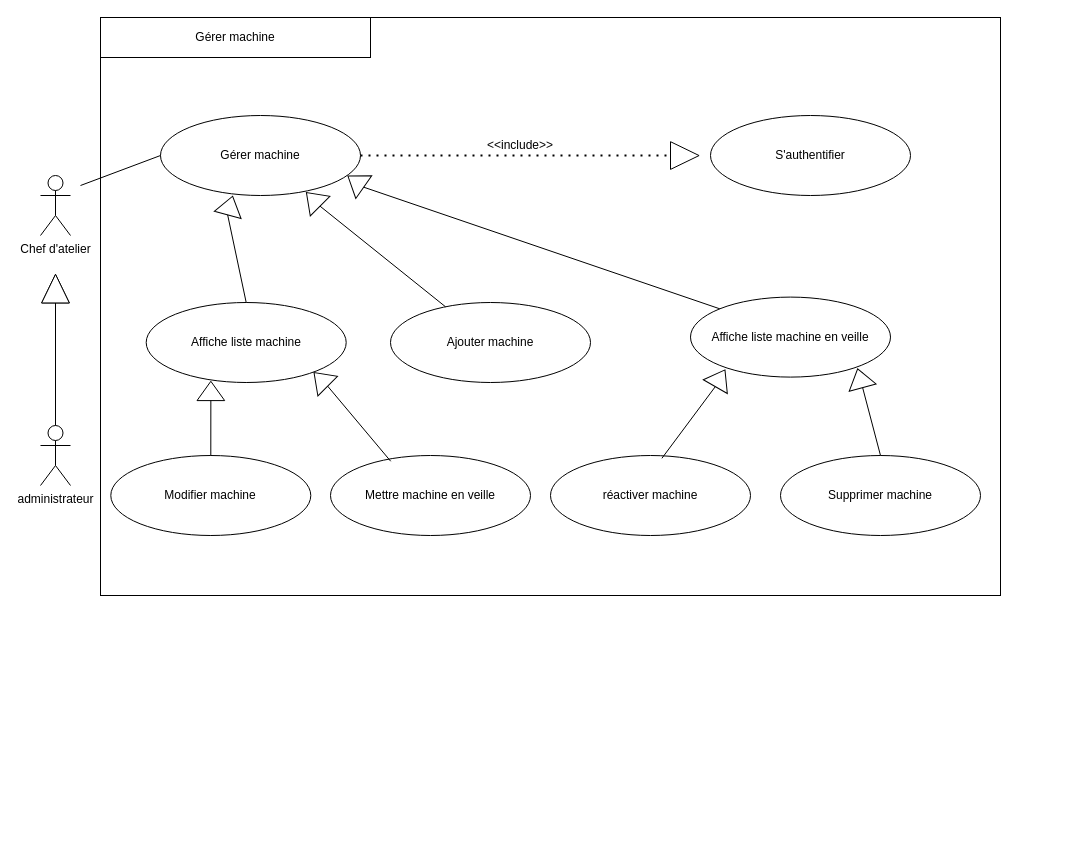
Above: GererMachine.drawio in AbdelazizBs/GPAO-SpringApp (draw.io), before the change. Source tidied: cells renumbered, new cells numbered last; positions are measured from the earlier drawing's top-left corner, leaving out a move shared by most shapes. Both pictures are drawn from the tidied source at 100%, with x=0, y=0 at pixel (40, 17).
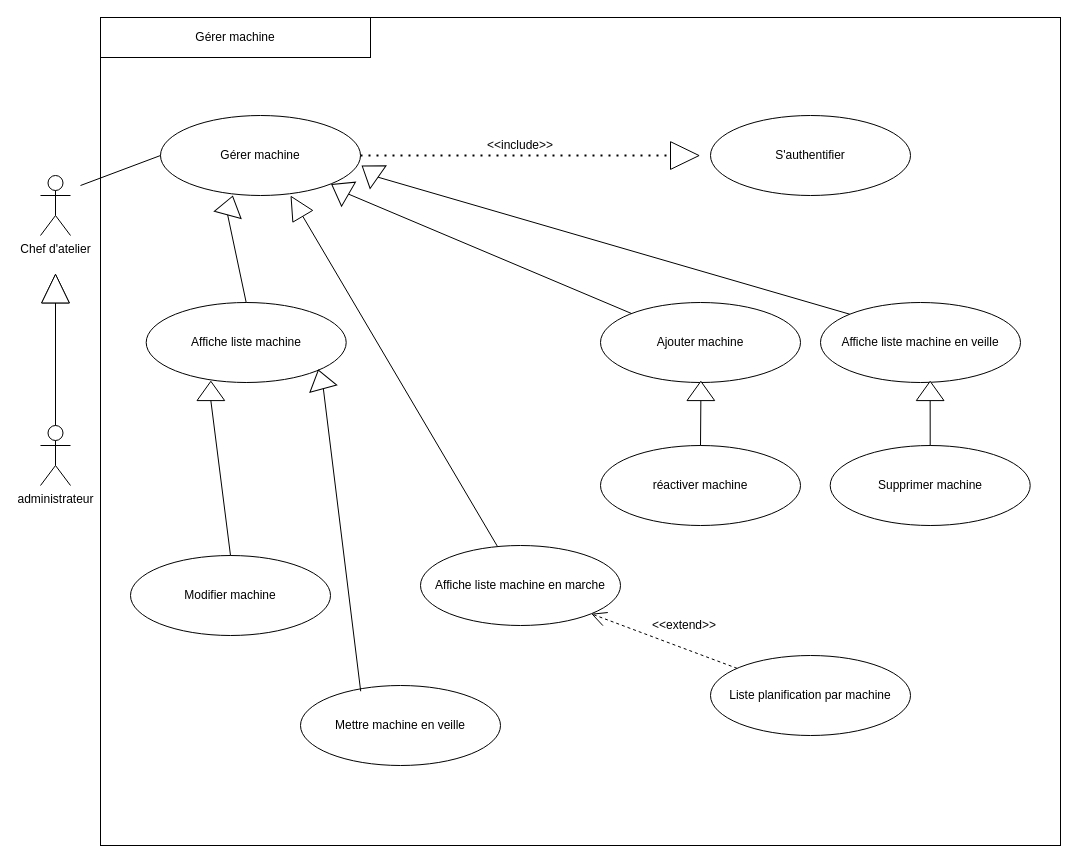
The same page after the edit.

Commit message:
Mettre à jour GererMachine.drawio

Diff of the diagram source:
```diff
@@
     <mxCell id="2" style="rounded=0;whiteSpace=wrap;html=1;" parent="1" vertex="1">
-      <mxGeometry x="60" width="900" height="578" as="geometry" />
+      <mxGeometry x="60" width="960" height="828" as="geometry" />
     </mxCell>
@@
     <mxCell id="8" value="Ajouter machine" style="ellipse;whiteSpace=wrap;html=1;" parent="1" vertex="1">
-      <mxGeometry x="350" y="285" width="200" height="80" as="geometry" />
+      <mxGeometry x="560" y="285" width="200" height="80" as="geometry" />
     </mxCell>
@@
     <mxCell id="14" style="triangle;whiteSpace=wrap;html=1;rotation=-145;" parent="1" vertex="1">
-      <mxGeometry x="305.7" y="150.3" width="19.3" height="27.7" as="geometry" />
+      <mxGeometry x="320" y="140.3" width="19.3" height="27.7" as="geometry" />
     </mxCell>
@@
     <mxCell id="17" value="Mettre machine en veille" style="ellipse;whiteSpace=wrap;html=1;" parent="1" vertex="1">
-      <mxGeometry x="290" y="438" width="200" height="80" as="geometry" />
+      <mxGeometry x="260" y="668" width="200" height="80" as="geometry" />
     </mxCell>
     <mxCell id="18" value="Modifier machine" style="ellipse;whiteSpace=wrap;html=1;" parent="1" vertex="1">
-      <mxGeometry x="70.3" y="438" width="200" height="80" as="geometry" />
+      <mxGeometry x="90" y="538" width="200" height="80" as="geometry" />
     </mxCell>
@@
-    <mxCell id="22" style="triangle;whiteSpace=wrap;html=1;rotation=-135;" parent="1" vertex="1">
+    <mxCell id="22" style="triangle;whiteSpace=wrap;html=1;rotation=-105;" parent="1" vertex="1">
       <mxGeometry x="270.7" y="348" width="19.3" height="27.7" as="geometry" />
     </mxCell>
@@
     <mxCell id="27" value="Affiche liste machine en veille" style="ellipse;whiteSpace=wrap;html=1;" parent="1" vertex="1">
-      <mxGeometry x="650" y="279.6" width="200" height="80" as="geometry" />
+      <mxGeometry x="780" y="285" width="200" height="80" as="geometry" />
     </mxCell>
     <mxCell id="28" value="réactiver machine" style="ellipse;whiteSpace=wrap;html=1;" parent="1" vertex="1">
-      <mxGeometry x="510" y="438" width="200" height="80" as="geometry" />
+      <mxGeometry x="560" y="428" width="200" height="80" as="geometry" />
     </mxCell>
@@
-    <mxCell id="30" style="triangle;whiteSpace=wrap;html=1;rotation=-135;" parent="1" vertex="1">
-      <mxGeometry x="263.1" y="168" width="19.3" height="27.7" as="geometry" />
+    <mxCell id="30" style="triangle;whiteSpace=wrap;html=1;rotation=-150;" parent="1" vertex="1">
+      <mxGeometry x="290" y="158" width="19.3" height="27.7" as="geometry" />
     </mxCell>
     <mxCell id="31" value="Supprimer machine" style="ellipse;whiteSpace=wrap;html=1;" parent="1" vertex="1">
-      <mxGeometry x="740" y="438" width="200" height="80" as="geometry" />
+      <mxGeometry x="789.7" y="428" width="200" height="80" as="geometry" />
     </mxCell>
-    <mxCell id="32" style="endArrow=none;html=1;rounded=0;exitX=0;exitY=0.5;exitDx=0;exitDy=0;entryX=0.557;entryY=0.035;entryDx=0;entryDy=0;entryPerimeter=0;" parent="1" edge="1" source="33" target="28">
+    <mxCell id="32" style="endArrow=none;html=1;rounded=0;exitX=0;exitY=0.5;exitDx=0;exitDy=0;entryX=0.5;entryY=0;entryDx=0;entryDy=0;" parent="1" edge="1" source="33" target="28">
       <mxGeometry relative="1" as="geometry" />
     </mxCell>
-    <mxCell id="33" style="triangle;whiteSpace=wrap;html=1;rotation=-60;" parent="1" vertex="1">
-      <mxGeometry x="670" y="346.9" width="19.3" height="27.7" as="geometry" />
+    <mxCell id="33" style="triangle;whiteSpace=wrap;html=1;rotation=-90;" parent="1" vertex="1">
+      <mxGeometry x="650.7" y="359.6" width="19.3" height="27.7" as="geometry" />
     </mxCell>
@@
-    <mxCell id="35" style="endArrow=none;html=1;rounded=0;entryX=0.5;entryY=0;entryDx=0;entryDy=0;" parent="1" edge="1" target="36">
-      <mxGeometry relative="1" as="geometry">
-        <mxPoint x="822" y="355" as="sourcePoint" />
-      </mxGeometry>
-    </mxCell>
-    <mxCell id="36" style="triangle;whiteSpace=wrap;html=1;rotation=-105;" parent="1" vertex="1">
-      <mxGeometry x="810" y="346.9" width="19.3" height="27.7" as="geometry" />
+    <mxCell id="36" style="triangle;whiteSpace=wrap;html=1;rotation=-90;" parent="1" vertex="1">
+      <mxGeometry x="880" y="359.6" width="19.3" height="27.7" as="geometry" />
     </mxCell>
+    <mxCell id="37" style="rounded=0;jettySize=auto;html=1;endArrow=block;endFill=0;endSize=22;" parent="1" edge="1" source="38">
+      <mxGeometry relative="1" as="geometry">
+        <mxPoint x="250" y="178" as="targetPoint" />
+      </mxGeometry>
+    </mxCell>
+    <mxCell id="38" value="Affiche liste machine en marche" style="ellipse;whiteSpace=wrap;html=1;" parent="1" vertex="1">
+      <mxGeometry x="380" y="528" width="200" height="80" as="geometry" />
+    </mxCell>
+    <mxCell id="39" style="rounded=0;jettySize=auto;html=1;entryX=1;entryY=1;entryDx=0;entryDy=0;endArrow=open;endFill=0;endSize=13;dashed=1;" parent="1" edge="1" source="40" target="38">
+      <mxGeometry relative="1" as="geometry" />
+    </mxCell>
+    <mxCell id="40" value="Liste planification par machine" style="ellipse;whiteSpace=wrap;html=1;" parent="1" vertex="1">
+      <mxGeometry x="670" y="638" width="200" height="80" as="geometry" />
+    </mxCell>
+    <mxCell id="41" value="&amp;lt;&amp;lt;extend&amp;gt;&amp;gt;" style="text;html=1;strokeColor=none;fillColor=none;align=center;verticalAlign=middle;whiteSpace=wrap;rounded=0;" parent="1" vertex="1">
+      <mxGeometry x="624.3" y="598" width="40" height="20" as="geometry" />
+    </mxCell>
```
